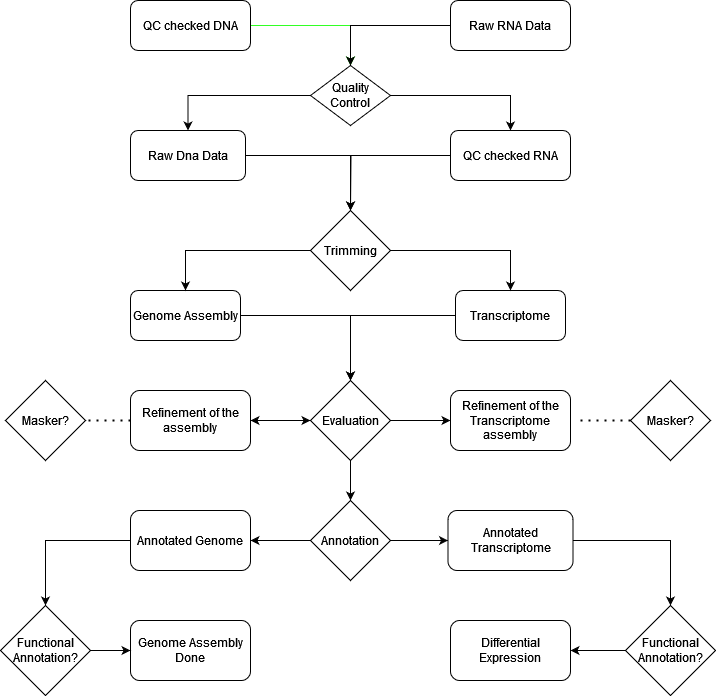
MikeGenes/GenomeProject keeps this draw.io diagram as Genome_Analysis_workflow.drawio.png. Above is the earlier version. Source tidied: cells renumbered, new cells last; positions are measured from the earlier drawing's top-left corner, leaving out a move shared by most shapes.
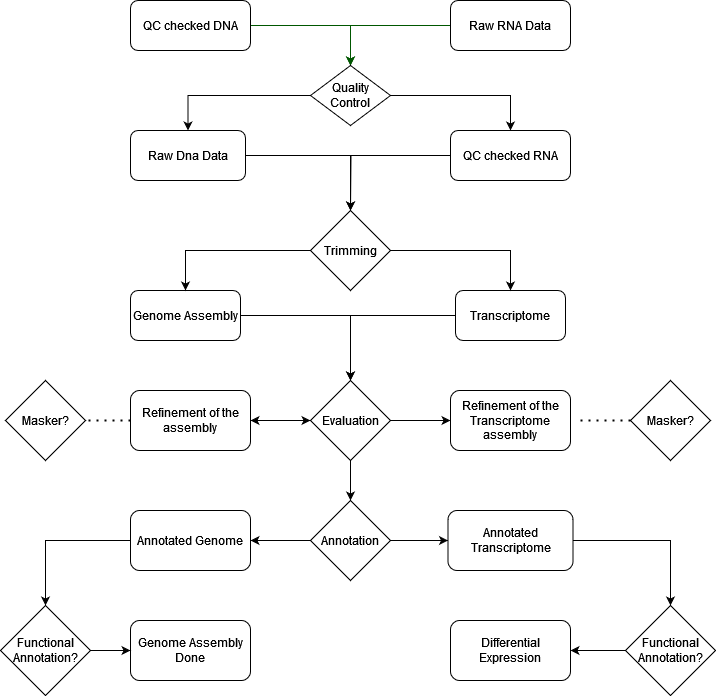
After the commit.

What changed in the source:
```diff
@@ -8,7 +8,7 @@
     <mxCell id="3" value="Raw Dna Data" style="rounded=1;whiteSpace=wrap;html=1;" parent="1" vertex="1">
       <mxGeometry x="130" y="130" width="115" height="50" as="geometry" />
     </mxCell>
-    <mxCell id="4" style="edgeStyle=orthogonalEdgeStyle;rounded=0;jettySize=auto;html=1;entryX=0.5;entryY=0;entryDx=0;entryDy=0;strokeColor=#32FF24;" parent="1" edge="1" source="5" target="24">
+    <mxCell id="4" style="edgeStyle=orthogonalEdgeStyle;rounded=0;jettySize=auto;html=1;entryX=0.5;entryY=0;entryDx=0;entryDy=0;strokeColor=#005700;fillColor=#008a00;" parent="1" edge="1" source="5" target="24">
       <mxGeometry relative="1" as="geometry" />
     </mxCell>
     <mxCell id="5" value="QC checked DNA" style="rounded=1;whiteSpace=wrap;html=1;" parent="1" vertex="1">
@@ -59,7 +59,7 @@
         <mxPoint x="250" y="75" as="targetPoint" />
       </mxGeometry>
     </mxCell>
-    <mxCell id="20" style="edgeStyle=orthogonalEdgeStyle;rounded=0;jettySize=auto;html=1;" parent="1" edge="1" source="21" target="24">
+    <mxCell id="20" style="edgeStyle=orthogonalEdgeStyle;rounded=0;jettySize=auto;html=1;fillColor=#008a00;strokeColor=#005700;" parent="1" edge="1" source="21" target="24">
       <mxGeometry relative="1" as="geometry" />
     </mxCell>
     <mxCell id="21" value="Raw RNA Data" style="rounded=1;whiteSpace=wrap;html=1;" parent="1" vertex="1">
```
